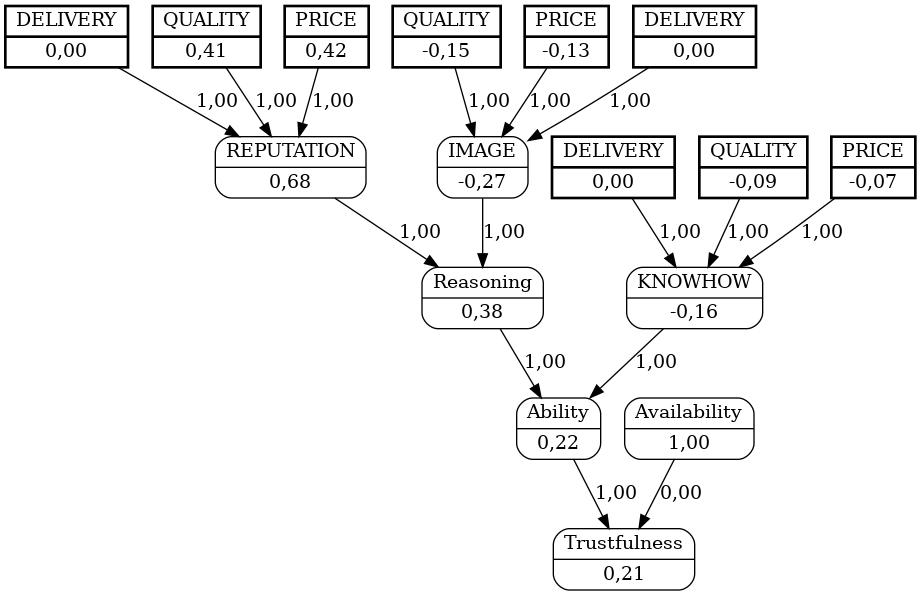
jjbaqueta/unload_experiment keeps this Graphviz diagram as unload_boxes/dots/buyerD4sellerC8.png. Above is the earlier version. Its source is kept beside it as unload_boxes/dots/buyerD4sellerC8.dot.
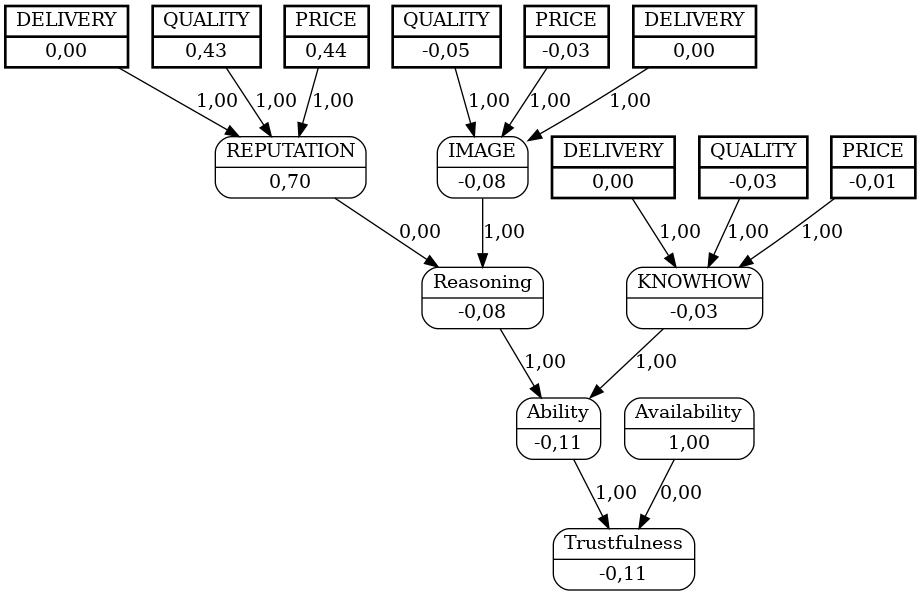
The same diagram one commit later.

What changed in the source:
```diff
@@ -1,28 +1,28 @@
 digraph FCM_net{
 	node [shape=record, style=rounded]
-	7 [label="{QUALITY | -0,19}", style=bold, penwidth=2, peripheries=2];
-	8 [label="{PRICE | -0,15}", style=bold, penwidth=2, peripheries=2];
+	7 [label="{QUALITY | 0,07}", style=bold, penwidth=2, peripheries=2];
+	8 [label="{PRICE | 0,10}", style=bold, penwidth=2, peripheries=2];
 	9 [label="{DELIVERY | 0,00}", style=bold, penwidth=2, peripheries=2];
-	10 [label="{QUALITY | 0,39}", style=bold, penwidth=2, peripheries=2];
-	11 [label="{PRICE | 0,40}", style=bold, penwidth=2, peripheries=2];
+	10 [label="{QUALITY | 0,42}", style=bold, penwidth=2, peripheries=2];
+	11 [label="{PRICE | 0,43}", style=bold, penwidth=2, peripheries=2];
 	12 [label="{DELIVERY | 0,00}", style=bold, penwidth=2, peripheries=2];
-	13 [label="{QUALITY | -0,13}", style=bold, penwidth=2, peripheries=2];
-	14 [label="{PRICE | -0,10}", style=bold, penwidth=2, peripheries=2];
+	13 [label="{QUALITY | 0,00}", style=bold, penwidth=2, peripheries=2];
+	14 [label="{PRICE | 0,03}", style=bold, penwidth=2, peripheries=2];
 	15 [label="{DELIVERY | 0,00}", style=bold, penwidth=2, peripheries=2];
-	0 [label="{IMAGE | -0,33}"];
-	1 [label="{REPUTATION | 0,66}"];
-	2 [label="{KNOWHOW | -0,22}"];
-	3 [label="{Reasoning | 0,32}"];
-	4 [label="{Ability | 0,10}"];
+	0 [label="{IMAGE | 0,17}"];
+	1 [label="{REPUTATION | 0,69}"];
+	2 [label="{KNOWHOW | 0,03}"];
+	3 [label="{Reasoning | 0,17}"];
+	4 [label="{Ability | 0,20}"];
 	5 [label="{Availability | 1,00}"];
-	6 [label="{Trustfulness | 0,09}"];
-	7 [label="{QUALITY | -0,19}"];
-	8 [label="{PRICE | -0,15}"];
+	6 [label="{Trustfulness | 0,19}"];
+	7 [label="{QUALITY | 0,07}"];
+	8 [label="{PRICE | 0,10}"];
 	9 [label="{DELIVERY | 0,00}"];
-	11 [label="{PRICE | 0,40}"];
-	13 [label="{QUALITY | -0,13}"];
+	11 [label="{PRICE | 0,43}"];
+	13 [label="{QUALITY | 0,00}"];
 	0 -> 3 [label = "1,00"];
-	1 -> 3 [label = "1,00"];
+	1 -> 3 [label = "0,00"];
 	3 -> 4 [label = "1,00"];
 	2 -> 4 [label = "1,00"];
 	4 -> 6 [label = "1,00"];
```
